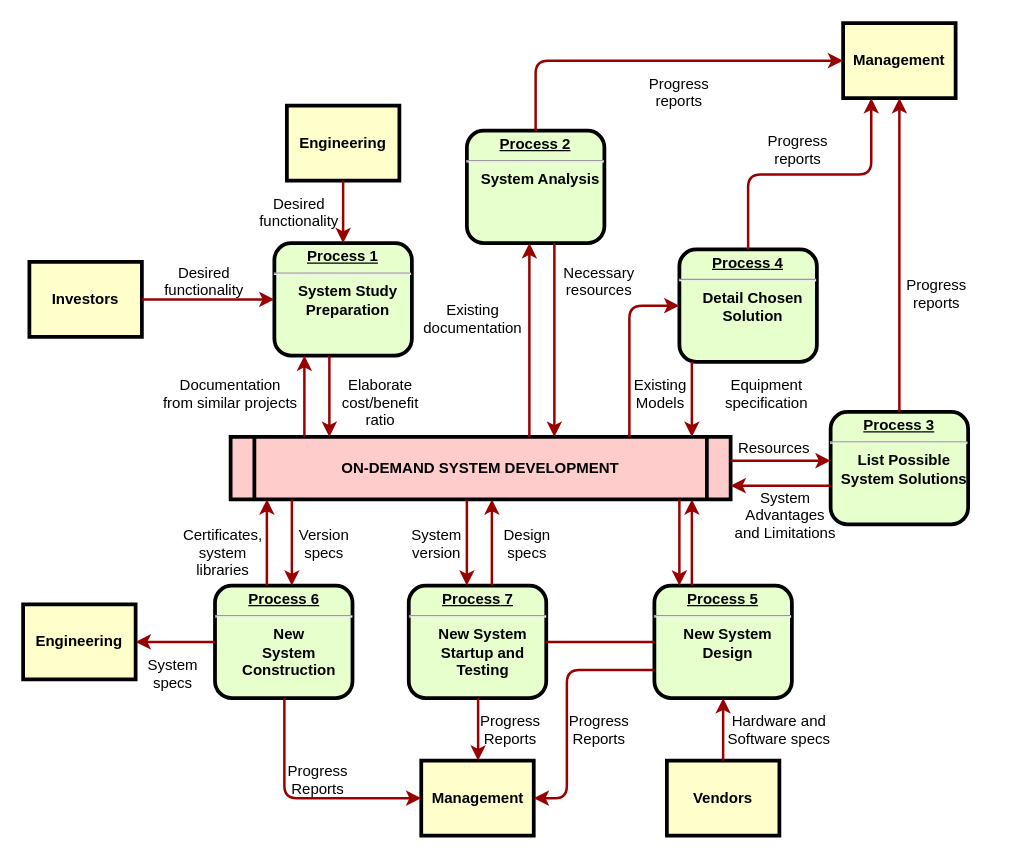
Above: 数据流转图.drawio in wangzhiliang/sms (draw.io), before the change. Source tidied: cells renumbered, new cells numbered last; positions are measured from the earlier drawing's top-left corner, leaving out a move shared by most shapes. Both pictures are drawn from the tidied source at 125%, with x=0, y=0 at pixel (22, 22).
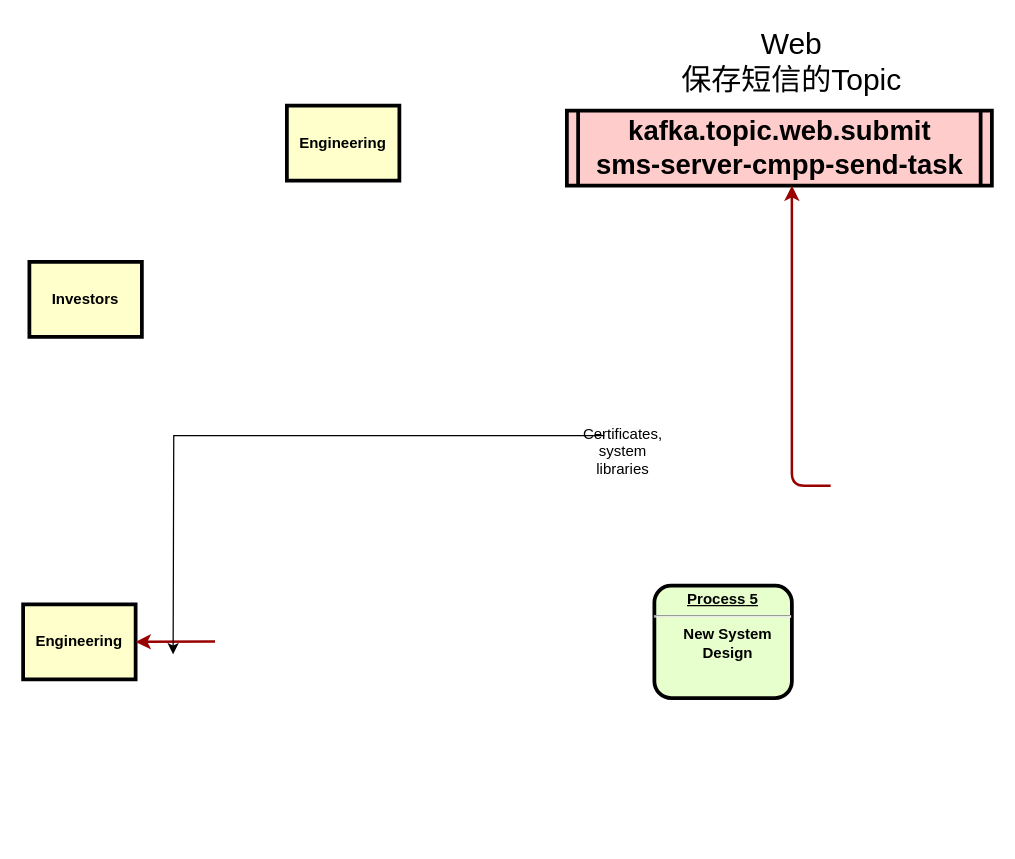
After the change.

Commit message (it also covers changes not shown here):
更新数据流转图.drawio

The change refers to these unchanged cells:
```xml
<mxCell id="3" value="Engineering" style="whiteSpace=wrap;align=center;verticalAlign=middle;fontStyle=1;strokeWidth=3;fillColor=#FFFFCC;" parent="1" vertex="1">
  <mxGeometry x="211" y="66" width="90" height="60" as="geometry" />
</mxCell>
<mxCell id="4" value="Investors" style="whiteSpace=wrap;align=center;verticalAlign=middle;fontStyle=1;strokeWidth=3;fillColor=#FFFFCC;" parent="1" vertex="1">
  <mxGeometry x="5" y="191" width="90" height="60" as="geometry" />
</mxCell>
<mxCell id="9" value="&lt;p style=&quot;margin: 0px; margin-top: 4px; text-align: center; text-decoration: underline;&quot;&gt;&lt;strong&gt;&lt;strong&gt;Process&lt;/strong&gt; 5&lt;br /&gt;&lt;/strong&gt;&lt;/p&gt;&lt;hr /&gt;&lt;p style=&quot;margin: 0px; margin-left: 8px;&quot;&gt;New System&lt;/p&gt;&lt;p style=&quot;margin: 0px; margin-left: 8px;&quot;&gt;Design&lt;/p&gt;" style="verticalAlign=middle;align=center;overflow=fill;fontSize=12;fontFamily=Helvetica;html=1;rounded=1;fontStyle=1;strokeWidth=3;fillColor=#E6FFCC;" parent="1" vertex="1">
  <mxGeometry x="505" y="450" width="110" height="90" as="geometry" />
</mxCell>
<mxCell id="13" value="Engineering" style="whiteSpace=wrap;align=center;verticalAlign=middle;fontStyle=1;strokeWidth=3;fillColor=#FFFFCC;" parent="1" vertex="1">
  <mxGeometry y="465" width="90" height="60" as="geometry" />
</mxCell>
```

What changed in the source:
```diff
@@
-    <mxCell id="2" value="&lt;p style=&quot;margin: 0px; margin-top: 4px; text-align: center; text-decoration: underline;&quot;&gt;&lt;strong&gt;Process 1&lt;br /&gt;&lt;/strong&gt;&lt;/p&gt;&lt;hr /&gt;&lt;p style=&quot;margin: 0px; margin-left: 8px;&quot;&gt;System Study&lt;/p&gt;&lt;p style=&quot;margin: 0px; margin-left: 8px;&quot;&gt;Preparation&lt;/p&gt;" style="verticalAlign=middle;align=center;overflow=fill;fontSize=12;fontFamily=Helvetica;html=1;rounded=1;fontStyle=1;strokeWidth=3;fillColor=#E6FFCC;" parent="1" vertex="1">
-      <mxGeometry x="201" y="176" width="110" height="90" as="geometry" />
-    </mxCell>
@@
-    <mxCell id="5" value="ON-DEMAND SYSTEM DEVELOPMENT" style="shape=process;whiteSpace=wrap;align=center;verticalAlign=middle;size=0.0475;fontStyle=1;strokeWidth=3;fillColor=#FFCCCC;" parent="1" vertex="1">
-      <mxGeometry x="166" y="331" width="400" height="50" as="geometry" />
+    <mxCell id="5" value="kafka.topic.web.submit&#10;sms-server-cmpp-send-task" style="shape=process;whiteSpace=wrap;align=center;verticalAlign=middle;size=0.025;fontStyle=1;strokeWidth=3;fillColor=#FFCCCC;fontSize=22;" parent="1" vertex="1">
+      <mxGeometry x="435" y="70" width="340" height="60" as="geometry" />
     </mxCell>
-    <mxCell id="6" value="&lt;p style=&quot;margin: 0px; margin-top: 4px; text-align: center; text-decoration: underline;&quot;&gt;&lt;strong&gt;Process 2&lt;br /&gt;&lt;/strong&gt;&lt;/p&gt;&lt;hr /&gt;&lt;p style=&quot;margin: 0px; margin-left: 8px;&quot;&gt;System Analysis&lt;/p&gt;" style="verticalAlign=middle;align=center;overflow=fill;fontSize=12;fontFamily=Helvetica;html=1;rounded=1;fontStyle=1;strokeWidth=3;fillColor=#E6FFCC;" parent="1" vertex="1">
-      <mxGeometry x="355" y="86" width="110" height="90" as="geometry" />
-    </mxCell>
-    <mxCell id="7" value="&lt;p style=&quot;margin: 0px; margin-top: 4px; text-align: center; text-decoration: underline;&quot;&gt;&lt;strong&gt;&lt;strong&gt;Process&lt;/strong&gt; 3&lt;br /&gt;&lt;/strong&gt;&lt;/p&gt;&lt;hr /&gt;&lt;p style=&quot;margin: 0px; margin-left: 8px;&quot;&gt;List Possible&lt;/p&gt;&lt;p style=&quot;margin: 0px; margin-left: 8px;&quot;&gt;System Solutions&lt;/p&gt;" style="verticalAlign=middle;align=center;overflow=fill;fontSize=12;fontFamily=Helvetica;html=1;rounded=1;fontStyle=1;strokeWidth=3;fillColor=#E6FFCC;" parent="1" vertex="1">
-      <mxGeometry x="646" y="311" width="110" height="90" as="geometry" />
-    </mxCell>
-    <mxCell id="8" value="&lt;p style=&quot;margin: 0px; margin-top: 4px; text-align: center; text-decoration: underline;&quot;&gt;&lt;strong&gt;&lt;strong&gt;Process&lt;/strong&gt; 4&lt;br /&gt;&lt;/strong&gt;&lt;/p&gt;&lt;hr /&gt;&lt;p style=&quot;margin: 0px; margin-left: 8px;&quot;&gt;Detail Chosen&lt;/p&gt;&lt;p style=&quot;margin: 0px; margin-left: 8px;&quot;&gt;Solution&lt;/p&gt;" style="verticalAlign=middle;align=center;overflow=fill;fontSize=12;fontFamily=Helvetica;html=1;rounded=1;fontStyle=1;strokeWidth=3;fillColor=#E6FFCC;" parent="1" vertex="1">
-      <mxGeometry x="525" y="181" width="110" height="90" as="geometry" />
-    </mxCell>
@@
-    <mxCell id="10" value="&lt;p style=&quot;margin: 0px; margin-top: 4px; text-align: center; text-decoration: underline;&quot;&gt;&lt;strong&gt;&lt;strong&gt;Process&lt;/strong&gt; 6&lt;br /&gt;&lt;/strong&gt;&lt;/p&gt;&lt;hr /&gt;&lt;p style=&quot;margin: 0px; margin-left: 8px;&quot;&gt;New&lt;/p&gt;&lt;p style=&quot;margin: 0px; margin-left: 8px;&quot;&gt;System&lt;/p&gt;&lt;p style=&quot;margin: 0px; margin-left: 8px;&quot;&gt;Construction&lt;/p&gt;" style="verticalAlign=middle;align=center;overflow=fill;fontSize=12;fontFamily=Helvetica;html=1;rounded=1;fontStyle=1;strokeWidth=3;fillColor=#E6FFCC;" parent="1" vertex="1">
-      <mxGeometry x="153.5" y="450" width="110" height="90" as="geometry" />
-    </mxCell>
-    <mxCell id="11" value="Management" style="whiteSpace=wrap;align=center;verticalAlign=middle;fontStyle=1;strokeWidth=3;fillColor=#FFFFCC;" parent="1" vertex="1">
-      <mxGeometry x="656" width="90" height="60" as="geometry" />
-    </mxCell>
-    <mxCell id="12" value="Management" style="whiteSpace=wrap;align=center;verticalAlign=middle;fontStyle=1;strokeWidth=3;fillColor=#FFFFCC;" parent="1" vertex="1">
-      <mxGeometry x="318.5" y="590" width="90" height="60" as="geometry" />
-    </mxCell>
@@
-    <mxCell id="14" value="Vendors" style="whiteSpace=wrap;align=center;verticalAlign=middle;fontStyle=1;strokeWidth=3;fillColor=#FFFFCC;" parent="1" vertex="1">
-      <mxGeometry x="515" y="590" width="90" height="60" as="geometry" />
-    </mxCell>
-    <mxCell id="15" style="edgeStyle=none;noEdgeStyle=1;strokeColor=#990000;strokeWidth=2;" parent="1" edge="1" source="3" target="2">
-      <mxGeometry relative="1" as="geometry" />
-    </mxCell>
-    <mxCell id="16" style="edgeStyle=none;noEdgeStyle=1;strokeColor=#990000;strokeWidth=2;" parent="1" edge="1" source="4" target="2">
-      <mxGeometry relative="1" as="geometry" />
-    </mxCell>
-    <mxCell id="17" value="&lt;p style=&quot;margin: 0px; margin-top: 4px; text-align: center; text-decoration: underline;&quot;&gt;&lt;strong&gt;&lt;strong&gt;Process&lt;/strong&gt; 7&lt;br /&gt;&lt;/strong&gt;&lt;/p&gt;&lt;hr /&gt;&lt;p style=&quot;margin: 0px; margin-left: 8px;&quot;&gt;New System&lt;/p&gt;&lt;p style=&quot;margin: 0px; margin-left: 8px;&quot;&gt;Startup and&lt;/p&gt;&lt;p style=&quot;margin: 0px; margin-left: 8px;&quot;&gt;Testing&lt;/p&gt;" style="verticalAlign=middle;align=center;overflow=fill;fontSize=12;fontFamily=Helvetica;html=1;rounded=1;fontStyle=1;strokeWidth=3;fillColor=#E6FFCC;" parent="1" vertex="1">
-      <mxGeometry x="308.5" y="450" width="110" height="90" as="geometry" />
-    </mxCell>
-    <mxCell id="18" style="endArrow=none;noEdgeStyle=1;strokeColor=#990000;strokeWidth=2;" parent="1" edge="1" source="9" target="17">
-      <mxGeometry relative="1" as="geometry" />
-    </mxCell>
-    <mxCell id="19" value="Desired &#10;functionality" style="text;spacingTop=-5;align=center;" parent="1" vertex="1">
-      <mxGeometry x="130" y="191" width="30" height="20" as="geometry" />
-    </mxCell>
-    <mxCell id="20" value="Desired &#10;functionality" style="text;spacingTop=-5;align=center;" parent="1" vertex="1">
-      <mxGeometry x="206" y="136" width="30" height="20" as="geometry" />
-    </mxCell>
-    <mxCell id="21" value="Documentation&#10;from similar projects" style="text;spacingTop=-5;align=center;" parent="1" vertex="1">
-      <mxGeometry x="151" y="281" width="30" height="20" as="geometry" />
-    </mxCell>
-    <mxCell id="22" style="edgeStyle=elbowEdgeStyle;elbow=horizontal;strokeColor=#990000;strokeWidth=2;" parent="1" edge="1" source="5" target="2">
-      <mxGeometry relative="1" as="geometry">
-        <Array as="points">
-          <mxPoint x="225" y="310" />
-        </Array>
-      </mxGeometry>
-    </mxCell>
-    <mxCell id="23" style="edgeStyle=elbowEdgeStyle;elbow=horizontal;strokeColor=#990000;strokeWidth=2;" parent="1" edge="1" source="2" target="5">
-      <mxGeometry relative="1" as="geometry">
-        <Array as="points">
-          <mxPoint x="245" y="300" />
-        </Array>
-      </mxGeometry>
-    </mxCell>
-    <mxCell id="24" value="Elaborate&#10;cost/benefit&#10;ratio" style="text;spacingTop=-5;align=center;" parent="1" vertex="1">
-      <mxGeometry x="271" y="281" width="30" height="20" as="geometry" />
-    </mxCell>
-    <mxCell id="25" style="edgeStyle=elbowEdgeStyle;elbow=horizontal;strokeColor=#990000;strokeWidth=2;" parent="1" edge="1" source="5" target="6">
-      <mxGeometry relative="1" as="geometry">
-        <Array as="points">
-          <mxPoint x="405" y="250" />
-        </Array>
-      </mxGeometry>
-    </mxCell>
-    <mxCell id="26" style="edgeStyle=elbowEdgeStyle;elbow=horizontal;strokeColor=#990000;strokeWidth=2;" parent="1" edge="1" source="6" target="5">
-      <mxGeometry relative="1" as="geometry">
-        <Array as="points">
-          <mxPoint x="425" y="260" />
-        </Array>
-      </mxGeometry>
-    </mxCell>
-    <mxCell id="27" value="Existing&#10;documentation" style="text;spacingTop=-5;align=center;" parent="1" vertex="1">
-      <mxGeometry x="345" y="221" width="30" height="20" as="geometry" />
-    </mxCell>
-    <mxCell id="28" value="Necessary&#10;resources" style="text;spacingTop=-5;align=center;" parent="1" vertex="1">
-      <mxGeometry x="446" y="191" width="30" height="20" as="geometry" />
-    </mxCell>
-    <mxCell id="29" value="Progress&#10;reports" style="text;spacingTop=-5;align=center;" parent="1" vertex="1">
-      <mxGeometry x="510" y="40" width="30" height="20" as="geometry" />
-    </mxCell>
-    <mxCell id="30" value="Progress&#10;reports" style="text;spacingTop=-5;align=center;" parent="1" vertex="1">
-      <mxGeometry x="605" y="86" width="30" height="20" as="geometry" />
-    </mxCell>
-    <mxCell id="31" value="Progress&#10;reports" style="text;spacingTop=-5;align=center;" parent="1" vertex="1">
-      <mxGeometry x="716" y="201" width="30" height="20" as="geometry" />
-    </mxCell>
-    <mxCell id="32" style="edgeStyle=elbowEdgeStyle;elbow=horizontal;strokeColor=#990000;strokeWidth=2;" parent="1" edge="1" source="6" target="11">
-      <mxGeometry relative="1" as="geometry">
-        <Array as="points">
-          <mxPoint x="410" y="80" />
-        </Array>
-      </mxGeometry>
-    </mxCell>
-    <mxCell id="33" style="edgeStyle=elbowEdgeStyle;elbow=vertical;entryX=0.25;entryY=1;strokeColor=#990000;strokeWidth=2;" parent="1" edge="1" source="8" target="11">
-      <mxGeometry relative="1" as="geometry" />
-    </mxCell>
-    <mxCell id="34" style="edgeStyle=elbowEdgeStyle;elbow=horizontal;strokeColor=#990000;strokeWidth=2;" parent="1" edge="1" source="7" target="11">
-      <mxGeometry relative="1" as="geometry" />
-    </mxCell>
-    <mxCell id="35" style="edgeStyle=elbowEdgeStyle;elbow=horizontal;strokeColor=#990000;strokeWidth=2;" parent="1" edge="1" source="8" target="5">
-      <mxGeometry relative="1" as="geometry">
-        <Array as="points">
-          <mxPoint x="535" y="300" />
-        </Array>
-      </mxGeometry>
-    </mxCell>
-    <mxCell id="36" style="edgeStyle=segmentEdgeStyle;strokeColor=#990000;strokeWidth=2;" parent="1" edge="1" source="5" target="8">
-      <mxGeometry relative="1" as="geometry">
-        <Array as="points">
-          <mxPoint x="485" y="226" />
-        </Array>
-      </mxGeometry>
-    </mxCell>
-    <mxCell id="37" value="Existing&#10;Models" style="text;spacingTop=-5;align=center;" parent="1" vertex="1">
-      <mxGeometry x="495" y="281" width="30" height="20" as="geometry" />
-    </mxCell>
-    <mxCell id="38" value="Equipment&#10;specification" style="text;spacingTop=-5;align=center;" parent="1" vertex="1">
-      <mxGeometry x="580" y="281" width="30" height="20" as="geometry" />
-    </mxCell>
-    <mxCell id="39" style="edgeStyle=elbowEdgeStyle;elbow=vertical;strokeColor=#990000;strokeWidth=2;" parent="1" edge="1" source="5" target="7">
-      <mxGeometry relative="1" as="geometry">
-        <Array as="points">
-          <mxPoint x="615" y="350" />
-        </Array>
-      </mxGeometry>
-    </mxCell>
-    <mxCell id="40" style="edgeStyle=elbowEdgeStyle;elbow=vertical;strokeColor=#990000;strokeWidth=2;" parent="1" edge="1" source="7" target="5">
+    <mxCell id="40" style="edgeStyle=elbowEdgeStyle;elbow=vertical;strokeColor=#990000;strokeWidth=2;" parent="1" edge="1" target="5">
       <mxGeometry relative="1" as="geometry">
+        <mxPoint x="646" y="370" as="sourcePoint" />
         <Array as="points">
           <mxPoint x="615" y="370" />
         </Array>
       </mxGeometry>
     </mxCell>
-    <mxCell id="41" value="Resources" style="text;spacingTop=-5;align=center;" parent="1" vertex="1">
-      <mxGeometry x="586" y="331" width="30" height="20" as="geometry" />
-    </mxCell>
-    <mxCell id="42" value="System &#10;Advantages &#10;and Limitations" style="text;spacingTop=-5;align=center;" parent="1" vertex="1">
-      <mxGeometry x="595" y="371" width="30" height="20" as="geometry" />
-    </mxCell>
-    <mxCell id="43" style="edgeStyle=elbowEdgeStyle;elbow=horizontal;strokeColor=#990000;strokeWidth=2;" parent="1" edge="1" source="9" target="5">
-      <mxGeometry relative="1" as="geometry">
-        <Array as="points">
-          <mxPoint x="535" y="410" />
-        </Array>
-      </mxGeometry>
-    </mxCell>
-    <mxCell id="44" style="edgeStyle=elbowEdgeStyle;elbow=horizontal;strokeColor=#990000;strokeWidth=2;" parent="1" edge="1" source="5" target="9">
-      <mxGeometry relative="1" as="geometry">
-        <Array as="points">
-          <mxPoint x="525" y="420" />
-        </Array>
-      </mxGeometry>
-    </mxCell>
-    <mxCell id="45" style="edgeStyle=elbowEdgeStyle;elbow=horizontal;strokeColor=#990000;strokeWidth=2;" parent="1" edge="1" source="14" target="9">
-      <mxGeometry relative="1" as="geometry" />
-    </mxCell>
-    <mxCell id="46" value="Hardware and&#10;Software specs" style="text;spacingTop=-5;align=center;" parent="1" vertex="1">
-      <mxGeometry x="590" y="550" width="30" height="20" as="geometry" />
-    </mxCell>
-    <mxCell id="47" style="edgeStyle=elbowEdgeStyle;elbow=horizontal;exitX=0;exitY=0.75;strokeColor=#990000;strokeWidth=2;" parent="1" edge="1" source="9" target="12">
-      <mxGeometry relative="1" as="geometry">
-        <Array as="points">
-          <mxPoint x="435" y="570" />
-        </Array>
-      </mxGeometry>
-    </mxCell>
-    <mxCell id="48" value="Progress&#10;Reports" style="text;spacingTop=-5;align=center;" parent="1" vertex="1">
-      <mxGeometry x="446" y="550" width="30" height="20" as="geometry" />
-    </mxCell>
-    <mxCell id="49" style="edgeStyle=elbowEdgeStyle;elbow=horizontal;strokeColor=#990000;strokeWidth=2;" parent="1" edge="1" source="17" target="12">
-      <mxGeometry relative="1" as="geometry" />
-    </mxCell>
-    <mxCell id="50" value="Progress&#10;Reports" style="text;spacingTop=-5;align=center;" parent="1" vertex="1">
-      <mxGeometry x="375" y="550" width="30" height="20" as="geometry" />
-    </mxCell>
-    <mxCell id="51" style="edgeStyle=elbowEdgeStyle;elbow=horizontal;strokeColor=#990000;strokeWidth=2;" parent="1" edge="1" source="10" target="12">
-      <mxGeometry relative="1" as="geometry">
-        <Array as="points">
-          <mxPoint x="209" y="570" />
-        </Array>
-      </mxGeometry>
-    </mxCell>
-    <mxCell id="52" value="Progress&#10;Reports" style="text;spacingTop=-5;align=center;" parent="1" vertex="1">
-      <mxGeometry x="221" y="590" width="30" height="20" as="geometry" />
-    </mxCell>
-    <mxCell id="53" style="edgeStyle=elbowEdgeStyle;elbow=vertical;strokeColor=#990000;strokeWidth=2;" parent="1" edge="1" source="10" target="13">
-      <mxGeometry relative="1" as="geometry" />
+    <mxCell id="53" style="edgeStyle=elbowEdgeStyle;elbow=vertical;strokeColor=#990000;strokeWidth=2;" parent="1" edge="1" target="13">
+      <mxGeometry relative="1" as="geometry">
+        <mxPoint x="153.5" y="494.7" as="sourcePoint" />
+      </mxGeometry>
     </mxCell>
-    <mxCell id="54" style="edgeStyle=elbowEdgeStyle;elbow=horizontal;strokeColor=#990000;strokeWidth=2;" parent="1" edge="1" source="5" target="17">
-      <mxGeometry relative="1" as="geometry">
-        <Array as="points">
-          <mxPoint x="355" y="410" />
-        </Array>
-      </mxGeometry>
-    </mxCell>
-    <mxCell id="55" style="edgeStyle=elbowEdgeStyle;elbow=horizontal;strokeColor=#990000;strokeWidth=2;" parent="1" edge="1" source="17" target="5">
-      <mxGeometry relative="1" as="geometry">
-        <Array as="points">
-          <mxPoint x="375" y="410" />
-        </Array>
-      </mxGeometry>
-    </mxCell>
-    <mxCell id="56" value="Version&#10;specs" style="text;spacingTop=-5;align=center;" parent="1" vertex="1">
-      <mxGeometry x="226" y="401" width="30" height="20" as="geometry" />
-    </mxCell>
+    <mxCell id="63" style="edgeStyle=orthogonalEdgeStyle;rounded=0;jettySize=auto;html=1;" parent="1" edge="1" source="57">
+      <mxGeometry relative="1" as="geometry">
+        <mxPoint x="120" y="505" as="targetPoint" />
+      </mxGeometry>
+    </mxCell>
     <mxCell id="57" value="Certificates,&#10;system&#10;libraries" style="text;spacingTop=-5;align=center;" parent="1" vertex="1">
-      <mxGeometry x="145" y="401" width="30" height="20" as="geometry" />
+      <mxGeometry x="465" y="320" width="30" height="20" as="geometry" />
     </mxCell>
-    <mxCell id="58" style="edgeStyle=elbowEdgeStyle;elbow=horizontal;strokeColor=#990000;strokeWidth=2;" parent="1" edge="1" source="5" target="10">
-      <mxGeometry relative="1" as="geometry">
-        <Array as="points">
-          <mxPoint x="215" y="410" />
-        </Array>
-      </mxGeometry>
-    </mxCell>
-    <mxCell id="59" style="edgeStyle=elbowEdgeStyle;elbow=horizontal;strokeColor=#990000;strokeWidth=2;" parent="1" edge="1" source="10" target="5">
-      <mxGeometry relative="1" as="geometry">
-        <Array as="points">
-          <mxPoint x="195" y="410" />
-        </Array>
-      </mxGeometry>
-    </mxCell>
-    <mxCell id="60" value="System&#10;specs" style="text;spacingTop=-5;align=center;" parent="1" vertex="1">
-      <mxGeometry x="105" y="505" width="30" height="20" as="geometry" />
-    </mxCell>
-    <mxCell id="61" value="Design&#10;specs" style="text;spacingTop=-5;align=center;" parent="1" vertex="1">
-      <mxGeometry x="388.5" y="401" width="30" height="20" as="geometry" />
-    </mxCell>
-    <mxCell id="62" value="System&#10;version" style="text;spacingTop=-5;align=center;" parent="1" vertex="1">
-      <mxGeometry x="316" y="401" width="30" height="20" as="geometry" />
-    </mxCell>
+    <mxCell id="64" value="Web&#10;保存短信的Topic" style="text;spacingTop=-5;align=center;fontSize=24;" parent="1" vertex="1">
+      <mxGeometry x="572.5" width="85" height="20" as="geometry" />
+    </mxCell>
```
